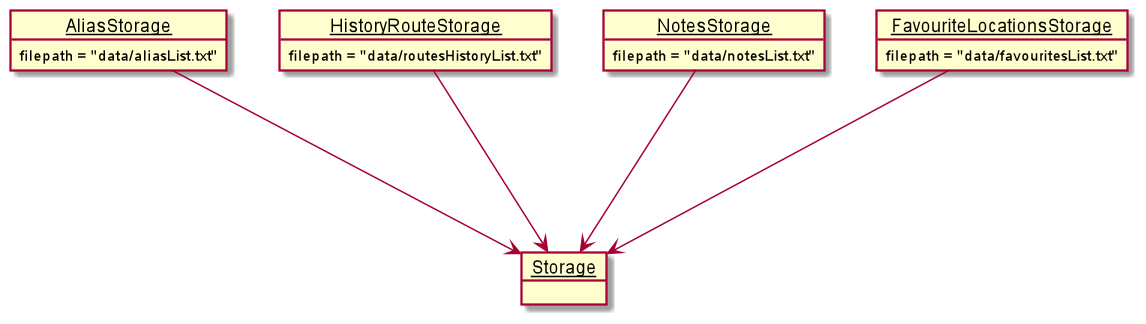
The PlantUML diagram docs/SaveStep1.png in nus-cs2113-AY2021S2/tp, before a commit. Its source is kept beside it as docs/SaveStep1.puml.
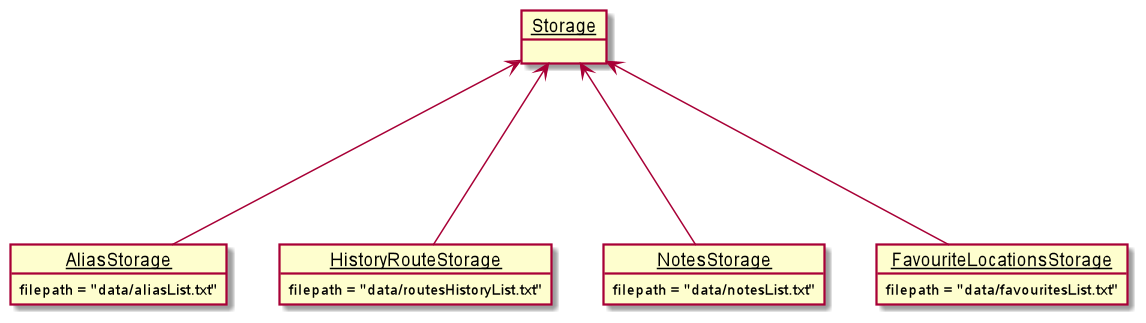
Above is the later version.

Change to the diagram source:
```diff
@@ -18,9 +18,8 @@
     filepath = "data/favouritesList.txt"
 }
 
-__AliasStorage__ ---> __Storage__
-__NotesStorage__ ---> __Storage__
-__HistoryRouteStorage__ ---> __Storage__
-__FavouriteLocationsStorage__ ---> __Storage__
-
+__Storage__ <--- __AliasStorage__
+__Storage__ <--- __NotesStorage__
+__Storage__ <--- __HistoryRouteStorage__
+__Storage__ <--- __FavouriteLocationsStorage__
 @enduml
```
